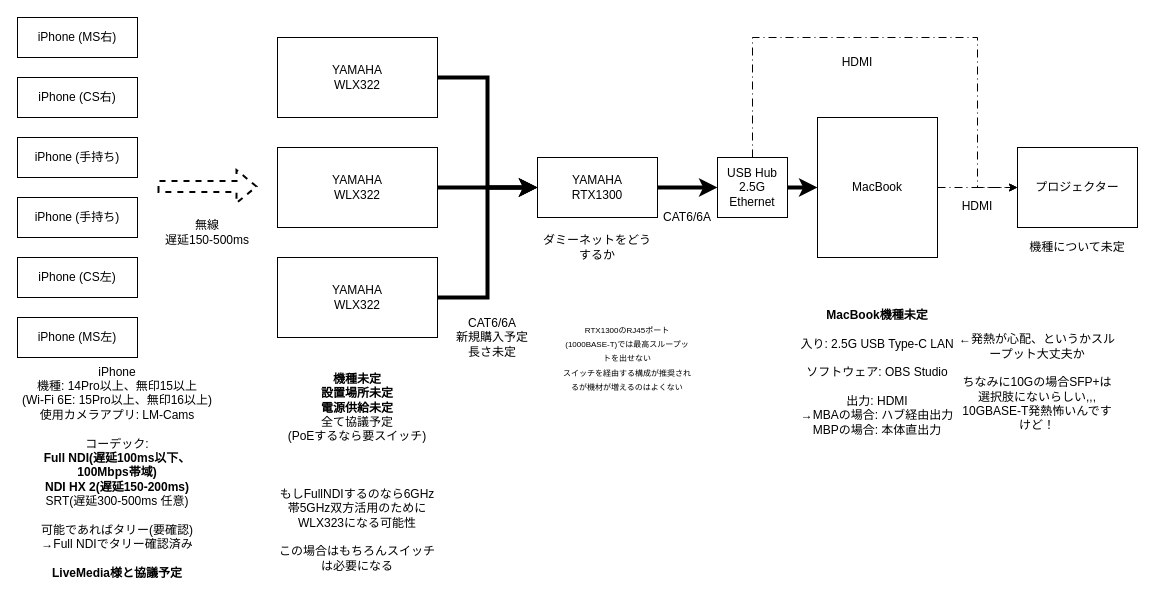
This is IS祭NW構成図.drawio from mizoyuzu/IS-network, a draw.io file, before an edit. Source tidied: cells renumbered, new cells numbered last; positions are measured from the earlier drawing's top-left corner, leaving out a move shared by most shapes. Both pictures are drawn from the tidied source at 100%, with x=0, y=0 at pixel (17, 17).
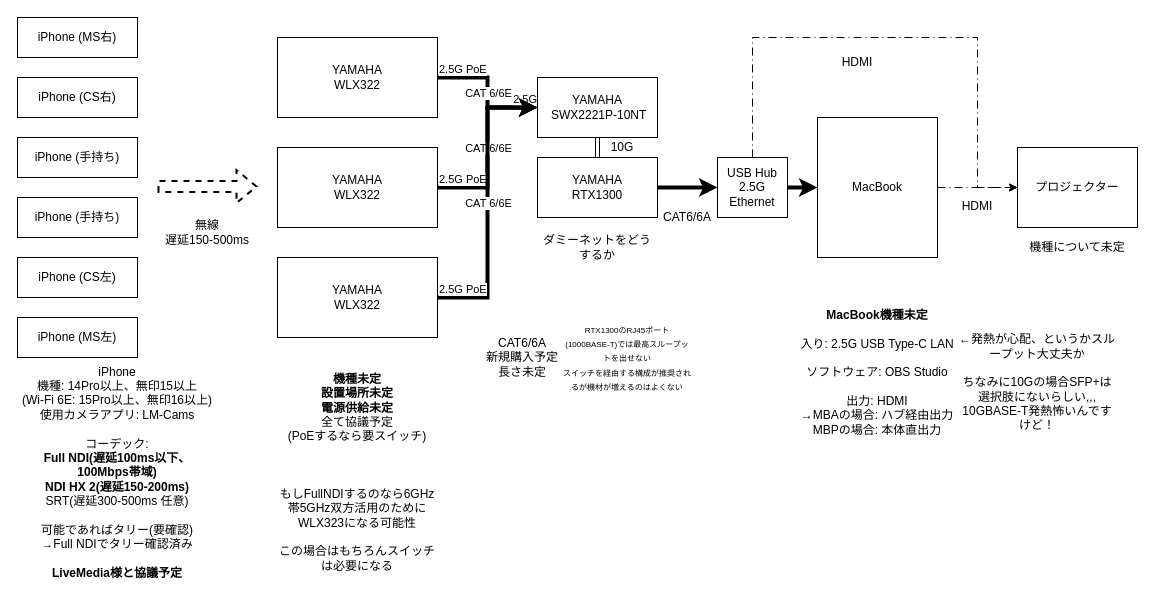
The same page after the edit.

Commit message:
スイッチありの構成を追加

Unchanged cells that the change refers to:
```xml
<mxCell id="12" value="&lt;div&gt;YAMAHA&lt;/div&gt;&lt;div&gt;WLX322&lt;/div&gt;" style="rounded=0;whiteSpace=wrap;html=1;" parent="1" vertex="1">
  <mxGeometry x="260" y="20" width="160" height="80" as="geometry" />
</mxCell>
<mxCell id="14" value="&lt;div&gt;YAMAHA&lt;/div&gt;&lt;div&gt;WLX322&lt;/div&gt;" style="rounded=0;whiteSpace=wrap;html=1;" parent="1" vertex="1">
  <mxGeometry x="260" y="130" width="160" height="80" as="geometry" />
</mxCell>
<mxCell id="16" value="&lt;div&gt;YAMAHA&lt;/div&gt;&lt;div&gt;WLX322&lt;/div&gt;" style="rounded=0;whiteSpace=wrap;html=1;" parent="1" vertex="1">
  <mxGeometry x="260" y="240" width="160" height="80" as="geometry" />
</mxCell>
<mxCell id="19" value="&lt;div&gt;YAMAHA&lt;/div&gt;&lt;div&gt;RTX1300&lt;/div&gt;" style="whiteSpace=wrap;html=1;rounded=0;" parent="1" vertex="1">
  <mxGeometry x="520" y="140" width="120" height="60" as="geometry" />
</mxCell>
```

The edit, as a diff of the source:
```diff
@@
-    <mxCell id="11" style="edgeStyle=orthogonalEdgeStyle;rounded=0;jettySize=auto;html=1;entryX=0;entryY=0.5;entryDx=0;entryDy=0;strokeWidth=4;" parent="1" edge="1" source="12" target="19">
-      <mxGeometry relative="1" as="geometry" />
-    </mxCell>
@@
-    <mxCell id="13" style="edgeStyle=orthogonalEdgeStyle;rounded=0;jettySize=auto;html=1;strokeWidth=4;" parent="1" edge="1" source="14" target="19">
-      <mxGeometry relative="1" as="geometry" />
-    </mxCell>
@@
-    <mxCell id="15" style="edgeStyle=orthogonalEdgeStyle;rounded=0;jettySize=auto;html=1;entryX=0;entryY=0.5;entryDx=0;entryDy=0;strokeWidth=4;" parent="1" edge="1" source="16" target="19">
-      <mxGeometry relative="1" as="geometry" />
-    </mxCell>
@@
     <mxCell id="20" value="&lt;div&gt;CAT6/6A&lt;/div&gt;&lt;div&gt;新規購入予定&lt;/div&gt;&lt;div&gt;長さ未定&lt;/div&gt;" style="text;html=1;whiteSpace=wrap;strokeColor=none;fillColor=none;align=center;verticalAlign=middle;rounded=0;" parent="1" vertex="1">
-      <mxGeometry x="420" y="270" width="110" height="100" as="geometry" />
+      <mxGeometry x="450" y="290" width="110" height="100" as="geometry" />
     </mxCell>
@@
+    <mxCell id="35" value="&lt;div&gt;YAMAHA&lt;/div&gt;&lt;div&gt;&amp;nbsp;SWX2221P-10NT&lt;/div&gt;" style="whiteSpace=wrap;html=1;" parent="1" vertex="1">
+      <mxGeometry x="520" y="60" width="120" height="60" as="geometry" />
+    </mxCell>
+    <mxCell id="36" style="endArrow=classic;html=1;rounded=0;exitX=1;exitY=0.5;exitDx=0;exitDy=0;entryX=0;entryY=0.5;entryDx=0;entryDy=0;edgeStyle=orthogonalEdgeStyle;strokeWidth=4;" parent="1" edge="1" source="12" target="35">
+      <mxGeometry relative="1" as="geometry" />
+    </mxCell>
+    <mxCell id="37" value="CAT 6/6E" style="edgeLabel;html=1;align=center;verticalAlign=middle;" parent="36" vertex="1">
+      <mxGeometry relative="1" as="geometry" />
+    </mxCell>
+    <mxCell id="38" value="2.5G PoE" style="edgeLabel;html=1;align=left;verticalAlign=bottom;" parent="36" vertex="1">
+      <mxGeometry x="-1" relative="1" as="geometry" />
+    </mxCell>
+    <mxCell id="39" value="2.5G" style="edgeLabel;html=1;align=right;verticalAlign=bottom;" parent="36" vertex="1">
+      <mxGeometry x="1" relative="1" as="geometry" />
+    </mxCell>
+    <mxCell id="40" style="endArrow=classic;html=1;rounded=0;exitX=1;exitY=0.5;exitDx=0;exitDy=0;entryX=0;entryY=0.5;entryDx=0;entryDy=0;edgeStyle=orthogonalEdgeStyle;strokeWidth=4;" parent="1" edge="1" source="14" target="35">
+      <mxGeometry relative="1" as="geometry" />
+    </mxCell>
+    <mxCell id="41" value="CAT 6/6E" style="edgeLabel;html=1;align=center;verticalAlign=middle;" parent="40" vertex="1">
+      <mxGeometry relative="1" as="geometry" />
+    </mxCell>
+    <mxCell id="42" value="2.5G PoE" style="edgeLabel;html=1;align=left;verticalAlign=bottom;" parent="40" vertex="1">
+      <mxGeometry x="-1" relative="1" as="geometry" />
+    </mxCell>
+    <mxCell id="43" style="endArrow=classic;html=1;rounded=0;exitX=1;exitY=0.5;exitDx=0;exitDy=0;entryX=0;entryY=0.5;entryDx=0;entryDy=0;edgeStyle=orthogonalEdgeStyle;strokeWidth=4;" parent="1" edge="1" source="16" target="35">
+      <mxGeometry relative="1" as="geometry" />
+    </mxCell>
+    <mxCell id="44" value="&lt;div&gt;CAT 6/6E&lt;/div&gt;" style="edgeLabel;html=1;align=center;verticalAlign=middle;" parent="43" vertex="1">
+      <mxGeometry relative="1" as="geometry" />
+    </mxCell>
+    <mxCell id="45" value="2.5G PoE" style="edgeLabel;html=1;align=left;verticalAlign=bottom;" parent="43" vertex="1">
+      <mxGeometry x="-1" relative="1" as="geometry" />
+    </mxCell>
+    <mxCell id="46" style="shape=link;html=1;rounded=0;exitX=0.5;exitY=1;exitDx=0;exitDy=0;entryX=0.5;entryY=0;entryDx=0;entryDy=0;" parent="1" edge="1" source="35" target="19">
+      <mxGeometry relative="1" as="geometry" />
+    </mxCell>
+    <mxCell id="47" value="10G" style="text;html=1;whiteSpace=wrap;strokeColor=none;fillColor=none;align=center;verticalAlign=middle;rounded=0;" parent="1" vertex="1">
+      <mxGeometry x="590" y="120" width="30" height="20" as="geometry" />
+    </mxCell>
```
